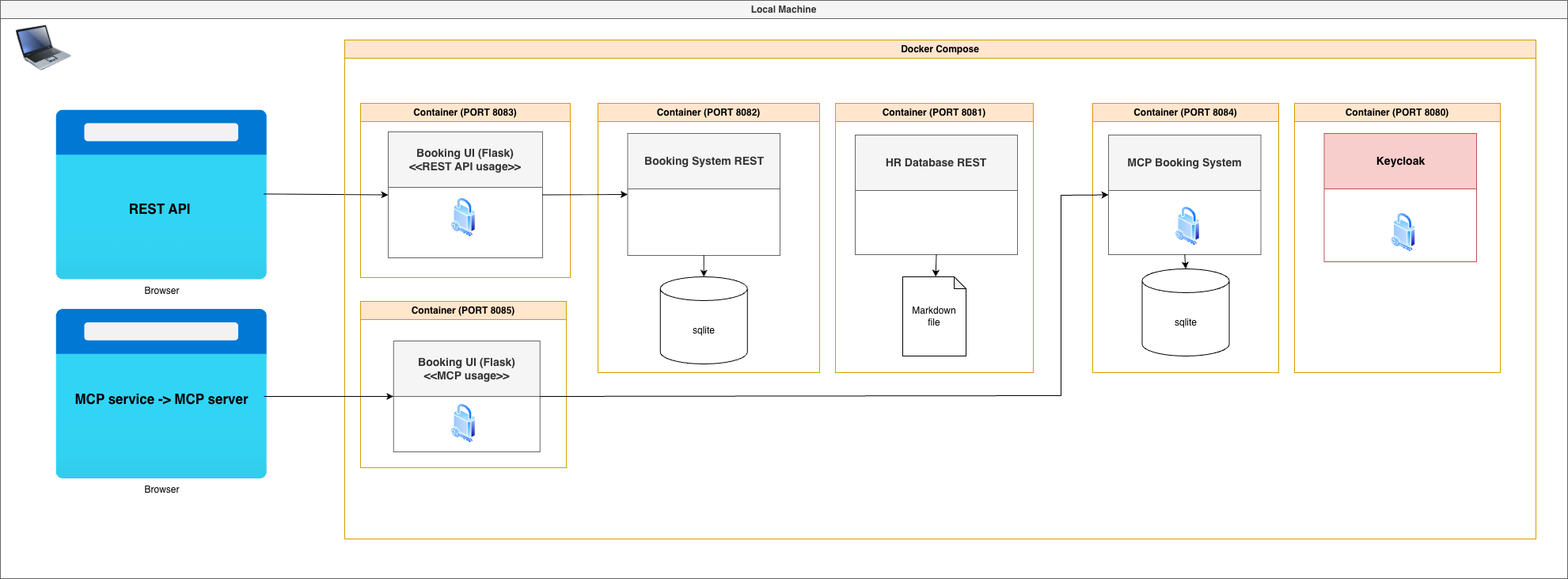
This is images/galaxim-travel-infrastructure-container-architecture.png from thomassuedbroecker/galaxium-travels-infrastructure-tsuedbro, a draw.io export, as it was before one commit. Source tidied: cells renumbered, new cells last; positions are measured from the earlier drawing's top-left corner, leaving out a move shared by most shapes. Its diagram source:
```xml
<mxGraphModel>
  <root>
    <mxCell id="0" />
    <mxCell id="1" parent="0" />
    <mxCell id="2" value="Local Machine" style="swimlane;whiteSpace=wrap;html=1;fillColor=#f5f5f5;strokeColor=#666666;fontColor=#333333;" parent="1" vertex="1">
      <mxGeometry width="1980" height="730" as="geometry" />
    </mxCell>
    <mxCell id="3" value="Browser" style="image;html=1;points=[];align=center;fontSize=12;image=img/lib/azure2/general/Browser.svg;" parent="2" vertex="1">
      <mxGeometry x="70" y="138.5" width="267.5" height="214" as="geometry" />
    </mxCell>
    <mxCell id="4" value="Container (PORT 8083)" style="swimlane;whiteSpace=wrap;html=1;fillColor=#ffe6cc;strokeColor=#d79b00;" parent="2" vertex="1">
      <mxGeometry x="455" y="130" width="265" height="220" as="geometry" />
    </mxCell>
    <mxCell id="5" style="endArrow=classic;html=1;rounded=0;entryX=0;entryY=0.5;entryDx=0;entryDy=0;exitX=0.983;exitY=0.495;exitDx=0;exitDy=0;exitPerimeter=0;" parent="2" edge="1" source="3" target="14">
      <mxGeometry relative="1" as="geometry" />
    </mxCell>
    <mxCell id="6" value="Docker Compose" style="swimlane;whiteSpace=wrap;html=1;fillColor=#ffe6cc;strokeColor=#d79b00;" parent="2" vertex="1">
      <mxGeometry x="435" y="50" width="1505" height="630" as="geometry" />
    </mxCell>
    <mxCell id="7" value="Container (PORT 8081)" style="swimlane;whiteSpace=wrap;html=1;fillColor=#ffe6cc;strokeColor=#d79b00;" parent="6" vertex="1">
      <mxGeometry x="620" y="80" width="250" height="340" as="geometry" />
    </mxCell>
    <mxCell id="8" value="Container (PORT 8080)" style="swimlane;whiteSpace=wrap;html=1;fillColor=#ffe6cc;strokeColor=#d79b00;" parent="6" vertex="1">
      <mxGeometry x="1200" y="80" width="260" height="340" as="geometry" />
    </mxCell>
    <mxCell id="9" value="&lt;font style=&quot;font-size: 14px;&quot;&gt;Keycloak&lt;/font&gt;" style="swimlane;whiteSpace=wrap;html=1;fillColor=#f8cecc;strokeColor=#b85450;startSize=70;" parent="8" vertex="1">
      <mxGeometry x="37.5" y="38" width="192.5" height="162" as="geometry" />
    </mxCell>
    <mxCell id="10" style="image;perimeter=ellipsePerimeter;html=1;align=center;shadow=0;dashed=0;spacingTop=3;image=img/lib/active_directory/security.svg;" parent="9" vertex="1">
      <mxGeometry x="84.2" y="100" width="31.5" height="50" as="geometry" />
    </mxCell>
    <mxCell id="11" value="Container (PORT 8085)" style="swimlane;whiteSpace=wrap;html=1;fillColor=#ffe6cc;strokeColor=#d79b00;" parent="6" vertex="1">
      <mxGeometry x="19.9" y="330" width="260.1" height="210" as="geometry" />
    </mxCell>
    <mxCell id="12" value="&lt;font style=&quot;font-size: 14px;&quot;&gt;Booking UI (Flask)&lt;br&gt;&amp;lt;&amp;lt;MCP usage&amp;gt;&amp;gt;&lt;/font&gt;" style="swimlane;whiteSpace=wrap;html=1;fillColor=#f5f5f5;fontColor=#333333;strokeColor=#666666;startSize=70;" parent="11" vertex="1">
      <mxGeometry x="41.8" y="50" width="185" height="140" as="geometry" />
    </mxCell>
    <mxCell id="13" style="image;perimeter=ellipsePerimeter;html=1;align=center;shadow=0;dashed=0;spacingTop=3;image=img/lib/active_directory/security.svg;" parent="12" vertex="1">
      <mxGeometry x="72.6" y="79" width="31.5" height="50" as="geometry" />
    </mxCell>
    <mxCell id="14" value="&lt;font style=&quot;font-size: 14px;&quot;&gt;Booking UI (Flask)&lt;br&gt;&amp;lt;&amp;lt;REST API usage&amp;gt;&amp;gt;&lt;/font&gt;" style="swimlane;whiteSpace=wrap;html=1;fillColor=#f5f5f5;fontColor=#333333;strokeColor=#666666;startSize=70;" parent="6" vertex="1">
      <mxGeometry x="55" y="116" width="195" height="159" as="geometry" />
    </mxCell>
    <mxCell id="15" style="image;perimeter=ellipsePerimeter;html=1;align=center;shadow=0;dashed=0;spacingTop=3;image=img/lib/active_directory/security.svg;" parent="14" vertex="1">
      <mxGeometry x="79.2" y="83" width="31.5" height="50" as="geometry" />
    </mxCell>
    <mxCell id="16" value="Container (PORT 8082)" style="swimlane;whiteSpace=wrap;html=1;fillColor=#ffe6cc;strokeColor=#d79b00;" parent="6" vertex="1">
      <mxGeometry x="320" y="80" width="280" height="340" as="geometry" />
    </mxCell>
    <mxCell id="17" value="&lt;font style=&quot;font-size: 14px;&quot;&gt;Booking System REST&lt;/font&gt;" style="swimlane;whiteSpace=wrap;html=1;fillColor=#f5f5f5;fontColor=#333333;strokeColor=#666666;startSize=70;" parent="16" vertex="1">
      <mxGeometry x="37.5" y="38" width="192.5" height="154" as="geometry" />
    </mxCell>
    <mxCell id="18" style="endArrow=classic;html=1;rounded=0;entryX=0.5;entryY=0;entryDx=0;entryDy=0;entryPerimeter=0;exitX=0.5;exitY=1;exitDx=0;exitDy=0;" parent="16" edge="1" source="17" target="19">
      <mxGeometry relative="1" as="geometry" />
    </mxCell>
    <mxCell id="19" value="sqlite" style="shape=cylinder3;whiteSpace=wrap;html=1;boundedLbl=1;backgroundOutline=1;size=15;" parent="16" vertex="1">
      <mxGeometry x="78.8" y="219" width="110" height="110" as="geometry" />
    </mxCell>
    <mxCell id="20" style="endArrow=classic;html=1;rounded=0;entryX=0;entryY=0.5;entryDx=0;entryDy=0;exitX=1;exitY=0.5;exitDx=0;exitDy=0;" parent="6" edge="1" source="14" target="17">
      <mxGeometry relative="1" as="geometry" />
    </mxCell>
    <mxCell id="21" style="image;html=1;image=img/lib/clip_art/computers/Laptop_128x128.png;" parent="2" vertex="1">
      <mxGeometry x="20" y="30" width="70" height="60" as="geometry" />
    </mxCell>
    <mxCell id="22" value="Browser" style="image;html=1;points=[];align=center;fontSize=12;image=img/lib/azure2/general/Browser.svg;" parent="2" vertex="1">
      <mxGeometry x="70" y="390" width="267.5" height="214" as="geometry" />
    </mxCell>
    <mxCell id="23" style="endArrow=classic;html=1;rounded=0;entryX=0;entryY=0.5;entryDx=0;entryDy=0;exitX=0.983;exitY=0.514;exitDx=0;exitDy=0;exitPerimeter=0;" parent="2" edge="1" source="22" target="12">
      <mxGeometry relative="1" as="geometry" />
    </mxCell>
    <mxCell id="24" value="&lt;font style=&quot;font-size: 14px;&quot;&gt;HR Database REST&lt;/font&gt;" style="swimlane;whiteSpace=wrap;html=1;fillColor=#f5f5f5;fontColor=#333333;strokeColor=#666666;startSize=70;" parent="2" vertex="1">
      <mxGeometry x="1080" y="170" width="205" height="151" as="geometry" />
    </mxCell>
    <mxCell id="25" style="endArrow=classic;html=1;rounded=0;exitX=0.5;exitY=1;exitDx=0;exitDy=0;" parent="2" edge="1" source="24" target="26">
      <mxGeometry relative="1" as="geometry" />
    </mxCell>
    <mxCell id="26" value="Markdown&lt;br&gt;file" style="shape=note;whiteSpace=wrap;html=1;backgroundOutline=1;darkOpacity=0.05;size=15;" parent="2" vertex="1">
      <mxGeometry x="1140" y="349" width="80" height="100" as="geometry" />
    </mxCell>
    <mxCell id="27" value="Container (PORT 8084)" style="swimlane;whiteSpace=wrap;html=1;fillColor=#ffe6cc;strokeColor=#d79b00;" parent="2" vertex="1">
      <mxGeometry x="1380" y="130" width="235" height="340" as="geometry" />
    </mxCell>
    <mxCell id="28" value="&lt;font style=&quot;font-size: 14px;&quot;&gt;MCP Booking System&lt;/font&gt;" style="swimlane;whiteSpace=wrap;html=1;fillColor=#f5f5f5;fontColor=#333333;strokeColor=#666666;startSize=70;" parent="2" vertex="1">
      <mxGeometry x="1400" y="170" width="192.5" height="151" as="geometry" />
    </mxCell>
    <mxCell id="29" style="image;perimeter=ellipsePerimeter;html=1;align=center;shadow=0;dashed=0;spacingTop=3;image=img/lib/active_directory/security.svg;" parent="28" vertex="1">
      <mxGeometry x="84.2" y="90" width="31.5" height="50" as="geometry" />
    </mxCell>
    <mxCell id="30" value="sqlite" style="shape=cylinder3;whiteSpace=wrap;html=1;boundedLbl=1;backgroundOutline=1;size=15;" parent="2" vertex="1">
      <mxGeometry x="1442.5" y="339" width="110" height="110" as="geometry" />
    </mxCell>
    <mxCell id="31" style="endArrow=classic;html=1;rounded=0;entryX=0.5;entryY=0;entryDx=0;entryDy=0;entryPerimeter=0;exitX=0.5;exitY=1;exitDx=0;exitDy=0;" parent="2" edge="1" source="28" target="30">
      <mxGeometry relative="1" as="geometry" />
    </mxCell>
    <mxCell id="32" style="endArrow=classic;html=1;rounded=0;exitX=1;exitY=0.5;exitDx=0;exitDy=0;entryX=0;entryY=0.5;entryDx=0;entryDy=0;" parent="2" edge="1" source="12" target="28">
      <mxGeometry relative="1" as="geometry">
        <Array as="points">
          <mxPoint x="1340" y="499" />
          <mxPoint x="1340" y="246" />
        </Array>
      </mxGeometry>
    </mxCell>
    <mxCell id="33" value="&lt;b&gt;REST API&amp;nbsp;&lt;/b&gt;" style="text;html=1;whiteSpace=wrap;strokeColor=none;fillColor=none;align=center;verticalAlign=middle;rounded=0;fontSize=17;" parent="2" vertex="1">
      <mxGeometry x="156.6" y="249" width="94.4" height="30" as="geometry" />
    </mxCell>
    <mxCell id="34" value="&lt;b&gt;MCP service -&amp;gt; MCP server&lt;/b&gt;" style="text;html=1;whiteSpace=wrap;strokeColor=none;fillColor=none;align=center;verticalAlign=middle;rounded=0;fontSize=17;" parent="2" vertex="1">
      <mxGeometry x="84.8" y="489" width="238" height="30" as="geometry" />
    </mxCell>
  </root>
</mxGraphModel>
```
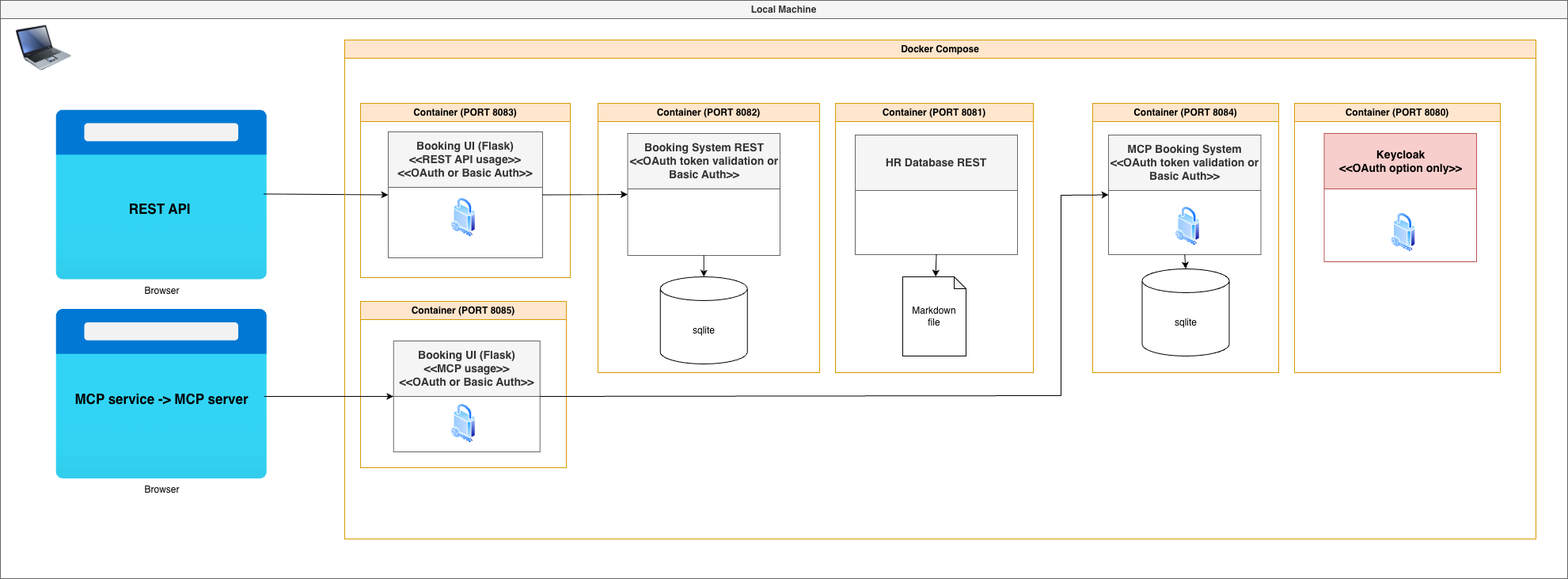
Above is the later version.

The edit, as a diff of the source:
```diff
@@ -23,7 +23,7 @@
     <mxCell id="8" value="Container (PORT 8080)" style="swimlane;whiteSpace=wrap;html=1;fillColor=#ffe6cc;strokeColor=#d79b00;" parent="6" vertex="1">
       <mxGeometry x="1200" y="80" width="260" height="340" as="geometry" />
     </mxCell>
-    <mxCell id="9" value="&lt;font style=&quot;font-size: 14px;&quot;&gt;Keycloak&lt;/font&gt;" style="swimlane;whiteSpace=wrap;html=1;fillColor=#f8cecc;strokeColor=#b85450;startSize=70;" parent="8" vertex="1">
+    <mxCell id="9" value="&lt;font style=&quot;font-size: 14px;&quot;&gt;Keycloak&lt;br&gt;&amp;lt;&amp;lt;OAuth option only&amp;gt;&amp;gt;&lt;/font&gt;" style="swimlane;whiteSpace=wrap;html=1;fillColor=#f8cecc;strokeColor=#b85450;startSize=70;" parent="8" vertex="1">
       <mxGeometry x="37.5" y="38" width="192.5" height="162" as="geometry" />
     </mxCell>
     <mxCell id="10" style="image;perimeter=ellipsePerimeter;html=1;align=center;shadow=0;dashed=0;spacingTop=3;image=img/lib/active_directory/security.svg;" parent="9" vertex="1">
@@ -32,13 +32,13 @@
     <mxCell id="11" value="Container (PORT 8085)" style="swimlane;whiteSpace=wrap;html=1;fillColor=#ffe6cc;strokeColor=#d79b00;" parent="6" vertex="1">
       <mxGeometry x="19.9" y="330" width="260.1" height="210" as="geometry" />
     </mxCell>
-    <mxCell id="12" value="&lt;font style=&quot;font-size: 14px;&quot;&gt;Booking UI (Flask)&lt;br&gt;&amp;lt;&amp;lt;MCP usage&amp;gt;&amp;gt;&lt;/font&gt;" style="swimlane;whiteSpace=wrap;html=1;fillColor=#f5f5f5;fontColor=#333333;strokeColor=#666666;startSize=70;" parent="11" vertex="1">
+    <mxCell id="12" value="&lt;font style=&quot;font-size: 14px;&quot;&gt;Booking UI (Flask)&lt;br&gt;&amp;lt;&amp;lt;MCP usage&amp;gt;&amp;gt;&lt;br&gt;&amp;lt;&amp;lt;OAuth or Basic Auth&amp;gt;&amp;gt;&lt;/font&gt;" style="swimlane;whiteSpace=wrap;html=1;fillColor=#f5f5f5;fontColor=#333333;strokeColor=#666666;startSize=70;" parent="11" vertex="1">
       <mxGeometry x="41.8" y="50" width="185" height="140" as="geometry" />
     </mxCell>
     <mxCell id="13" style="image;perimeter=ellipsePerimeter;html=1;align=center;shadow=0;dashed=0;spacingTop=3;image=img/lib/active_directory/security.svg;" parent="12" vertex="1">
       <mxGeometry x="72.6" y="79" width="31.5" height="50" as="geometry" />
     </mxCell>
-    <mxCell id="14" value="&lt;font style=&quot;font-size: 14px;&quot;&gt;Booking UI (Flask)&lt;br&gt;&amp;lt;&amp;lt;REST API usage&amp;gt;&amp;gt;&lt;/font&gt;" style="swimlane;whiteSpace=wrap;html=1;fillColor=#f5f5f5;fontColor=#333333;strokeColor=#666666;startSize=70;" parent="6" vertex="1">
+    <mxCell id="14" value="&lt;font style=&quot;font-size: 14px;&quot;&gt;Booking UI (Flask)&lt;br&gt;&amp;lt;&amp;lt;REST API usage&amp;gt;&amp;gt;&lt;br&gt;&amp;lt;&amp;lt;OAuth or Basic Auth&amp;gt;&amp;gt;&lt;/font&gt;" style="swimlane;whiteSpace=wrap;html=1;fillColor=#f5f5f5;fontColor=#333333;strokeColor=#666666;startSize=70;" parent="6" vertex="1">
       <mxGeometry x="55" y="116" width="195" height="159" as="geometry" />
     </mxCell>
     <mxCell id="15" style="image;perimeter=ellipsePerimeter;html=1;align=center;shadow=0;dashed=0;spacingTop=3;image=img/lib/active_directory/security.svg;" parent="14" vertex="1">
@@ -47,7 +47,7 @@
     <mxCell id="16" value="Container (PORT 8082)" style="swimlane;whiteSpace=wrap;html=1;fillColor=#ffe6cc;strokeColor=#d79b00;" parent="6" vertex="1">
       <mxGeometry x="320" y="80" width="280" height="340" as="geometry" />
     </mxCell>
-    <mxCell id="17" value="&lt;font style=&quot;font-size: 14px;&quot;&gt;Booking System REST&lt;/font&gt;" style="swimlane;whiteSpace=wrap;html=1;fillColor=#f5f5f5;fontColor=#333333;strokeColor=#666666;startSize=70;" parent="16" vertex="1">
+    <mxCell id="17" value="&lt;font style=&quot;font-size: 14px;&quot;&gt;Booking System REST&lt;br&gt;&amp;lt;&amp;lt;OAuth token validation or Basic Auth&amp;gt;&amp;gt;&lt;/font&gt;" style="swimlane;whiteSpace=wrap;html=1;fillColor=#f5f5f5;fontColor=#333333;strokeColor=#666666;startSize=70;" parent="16" vertex="1">
       <mxGeometry x="37.5" y="38" width="192.5" height="154" as="geometry" />
     </mxCell>
     <mxCell id="18" style="endArrow=classic;html=1;rounded=0;entryX=0.5;entryY=0;entryDx=0;entryDy=0;entryPerimeter=0;exitX=0.5;exitY=1;exitDx=0;exitDy=0;" parent="16" edge="1" source="17" target="19">
@@ -80,7 +80,7 @@
     <mxCell id="27" value="Container (PORT 8084)" style="swimlane;whiteSpace=wrap;html=1;fillColor=#ffe6cc;strokeColor=#d79b00;" parent="2" vertex="1">
       <mxGeometry x="1380" y="130" width="235" height="340" as="geometry" />
     </mxCell>
-    <mxCell id="28" value="&lt;font style=&quot;font-size: 14px;&quot;&gt;MCP Booking System&lt;/font&gt;" style="swimlane;whiteSpace=wrap;html=1;fillColor=#f5f5f5;fontColor=#333333;strokeColor=#666666;startSize=70;" parent="2" vertex="1">
+    <mxCell id="28" value="&lt;font style=&quot;font-size: 14px;&quot;&gt;MCP Booking System&lt;br&gt;&amp;lt;&amp;lt;OAuth token validation or Basic Auth&amp;gt;&amp;gt;&lt;/font&gt;" style="swimlane;whiteSpace=wrap;html=1;fillColor=#f5f5f5;fontColor=#333333;strokeColor=#666666;startSize=70;" parent="2" vertex="1">
       <mxGeometry x="1400" y="170" width="192.5" height="151" as="geometry" />
     </mxCell>
     <mxCell id="29" style="image;perimeter=ellipsePerimeter;html=1;align=center;shadow=0;dashed=0;spacingTop=3;image=img/lib/active_directory/security.svg;" parent="28" vertex="1">
```
